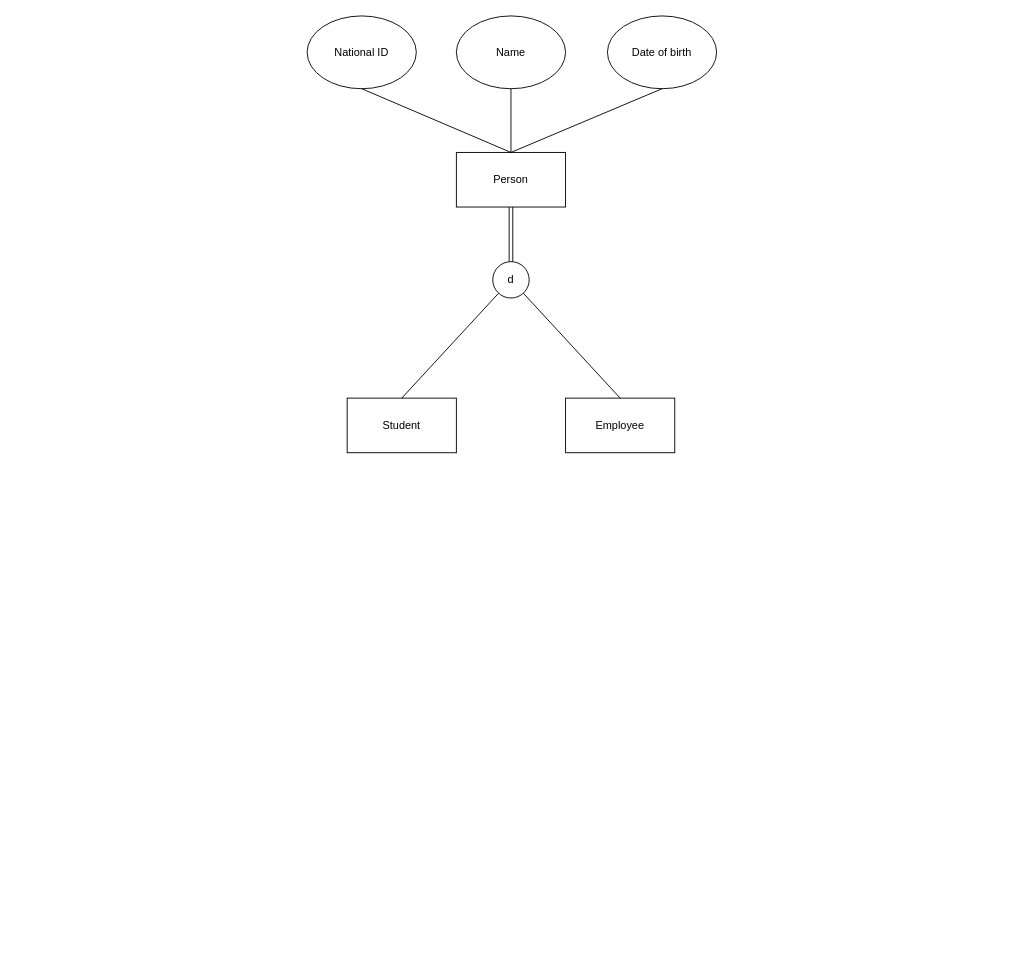
This is Lab 3.2.drawio from ilya-siluyanov/DrawIO, a draw.io file, before an edit. Source tidied: cells renumbered, new cells numbered last; positions are measured from the earlier drawing's top-left corner, leaving out a move shared by most shapes. Both pictures are drawn from the tidied source at 91%, with x=0, y=0 at pixel (307, 15).
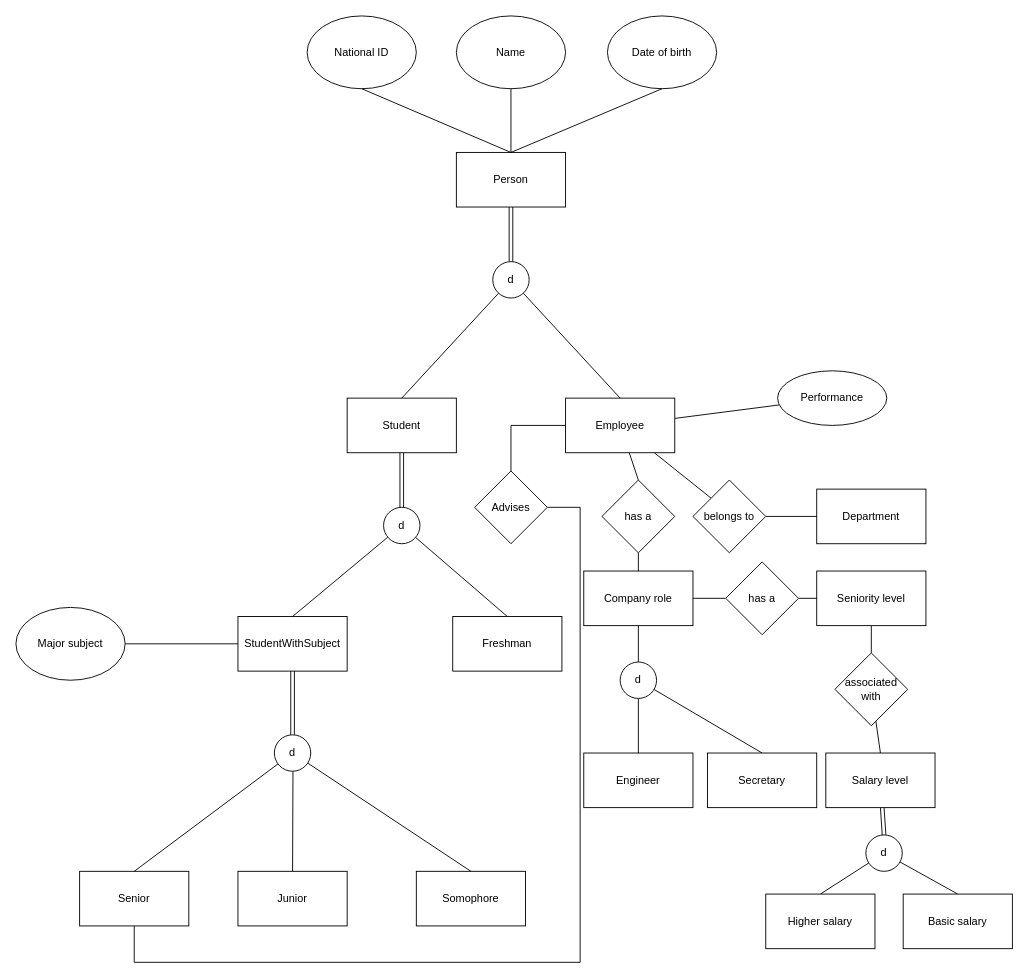
The same diagram, later.

Unchanged cells that the change refers to:
```xml
<mxCell id="4" value="Student" style="rounded=0;whiteSpace=wrap;html=1;" parent="1" vertex="1">
  <mxGeometry x="44" y="420" width="120" height="60" as="geometry" />
</mxCell>
<mxCell id="5" value="Employee" style="rounded=0;whiteSpace=wrap;html=1;" parent="1" vertex="1">
  <mxGeometry x="284" y="420" width="120" height="60" as="geometry" />
</mxCell>
```

The edit, as a diff of the source:
```diff
@@
+    <mxCell id="16" style="edgeStyle=none;rounded=0;jettySize=auto;html=1;entryX=0.5;entryY=0;entryDx=0;entryDy=0;endArrow=none;endFill=0;shape=link;" parent="1" edge="1" source="4" target="25">
+      <mxGeometry relative="1" as="geometry" />
+    </mxCell>
@@
+    <mxCell id="17" style="rounded=0;jettySize=auto;html=1;entryX=0.5;entryY=0;entryDx=0;entryDy=0;endArrow=none;endFill=0;" parent="1" edge="1" source="5" target="40">
+      <mxGeometry relative="1" as="geometry" />
+    </mxCell>
+    <mxCell id="18" style="edgeStyle=none;rounded=0;jettySize=auto;html=1;entryX=0;entryY=0;entryDx=0;entryDy=0;endArrow=none;endFill=0;" parent="1" edge="1" source="5" target="45">
+      <mxGeometry relative="1" as="geometry" />
+    </mxCell>
+    <mxCell id="19" style="edgeStyle=none;rounded=0;jettySize=auto;html=1;endArrow=none;endFill=0;" parent="1" edge="1" source="5" target="46">
+      <mxGeometry relative="1" as="geometry" />
+    </mxCell>
+    <mxCell id="20" style="rounded=0;jettySize=auto;html=1;endArrow=none;endFill=0;exitX=0.5;exitY=1;exitDx=0;exitDy=0;" parent="1" edge="1" source="61" target="53">
+      <mxGeometry relative="1" as="geometry" />
+    </mxCell>
@@
+    <mxCell id="21" style="edgeStyle=none;rounded=0;jettySize=auto;html=1;entryX=1;entryY=0.5;entryDx=0;entryDy=0;endArrow=none;endFill=0;" parent="1" edge="1" source="22" target="36">
+      <mxGeometry relative="1" as="geometry" />
+    </mxCell>
+    <mxCell id="22" value="StudentWithSubject" style="rounded=0;whiteSpace=wrap;html=1;" parent="1" vertex="1">
+      <mxGeometry x="-76" y="660" width="120" height="60" as="geometry" />
+    </mxCell>
+    <mxCell id="23" style="edgeStyle=none;rounded=0;jettySize=auto;html=1;entryX=0.5;entryY=0;entryDx=0;entryDy=0;endArrow=none;endFill=0;" parent="1" edge="1" source="25" target="26">
+      <mxGeometry relative="1" as="geometry" />
+    </mxCell>
+    <mxCell id="24" style="edgeStyle=none;rounded=0;jettySize=auto;html=1;entryX=0.5;entryY=0;entryDx=0;entryDy=0;endArrow=none;endFill=0;" parent="1" edge="1" source="25" target="22">
+      <mxGeometry relative="1" as="geometry" />
+    </mxCell>
+    <mxCell id="25" value="d" style="ellipse;whiteSpace=wrap;html=1;" parent="1" vertex="1">
+      <mxGeometry x="84" y="540" width="40" height="40" as="geometry" />
+    </mxCell>
+    <mxCell id="26" value="Freshman" style="rounded=0;whiteSpace=wrap;html=1;" parent="1" vertex="1">
+      <mxGeometry x="160" y="660" width="120" height="60" as="geometry" />
+    </mxCell>
+    <mxCell id="27" style="edgeStyle=orthogonalEdgeStyle;rounded=0;jettySize=auto;html=1;endArrow=none;endFill=0;" parent="1" edge="1" source="28" target="38">
+      <mxGeometry relative="1" as="geometry">
+        <Array as="points">
+          <mxPoint x="-190" y="1040" />
+          <mxPoint x="300" y="1040" />
+          <mxPoint x="300" y="540" />
+        </Array>
+      </mxGeometry>
+    </mxCell>
+    <mxCell id="28" value="Senior" style="rounded=0;whiteSpace=wrap;html=1;" parent="1" vertex="1">
+      <mxGeometry x="-250" y="940" width="120" height="60" as="geometry" />
+    </mxCell>
+    <mxCell id="29" value="Junior" style="rounded=0;whiteSpace=wrap;html=1;" parent="1" vertex="1">
+      <mxGeometry x="-76" y="940" width="120" height="60" as="geometry" />
+    </mxCell>
+    <mxCell id="30" value="Somophore" style="rounded=0;whiteSpace=wrap;html=1;" parent="1" vertex="1">
+      <mxGeometry x="120" y="940" width="120" height="60" as="geometry" />
+    </mxCell>
+    <mxCell id="31" style="edgeStyle=none;rounded=0;jettySize=auto;html=1;entryX=0.5;entryY=1;entryDx=0;entryDy=0;endArrow=none;endFill=0;shape=link;" parent="1" edge="1" source="35" target="22">
+      <mxGeometry relative="1" as="geometry" />
+    </mxCell>
+    <mxCell id="32" style="edgeStyle=none;rounded=0;jettySize=auto;html=1;entryX=0.5;entryY=0;entryDx=0;entryDy=0;endArrow=none;endFill=0;" parent="1" edge="1" source="35" target="28">
+      <mxGeometry relative="1" as="geometry" />
+    </mxCell>
+    <mxCell id="33" style="edgeStyle=none;rounded=0;jettySize=auto;html=1;entryX=0.5;entryY=0;entryDx=0;entryDy=0;endArrow=none;endFill=0;" parent="1" edge="1" source="35" target="29">
+      <mxGeometry relative="1" as="geometry" />
+    </mxCell>
+    <mxCell id="34" style="edgeStyle=none;rounded=0;jettySize=auto;html=1;entryX=0.5;entryY=0;entryDx=0;entryDy=0;endArrow=none;endFill=0;" parent="1" edge="1" source="35" target="30">
+      <mxGeometry relative="1" as="geometry" />
+    </mxCell>
+    <mxCell id="35" value="d" style="ellipse;whiteSpace=wrap;html=1;" parent="1" vertex="1">
+      <mxGeometry x="-36" y="790" width="40" height="40" as="geometry" />
+    </mxCell>
+    <mxCell id="36" value="Major subject" style="ellipse;whiteSpace=wrap;html=1;" parent="1" vertex="1">
+      <mxGeometry x="-320" y="650" width="120" height="80" as="geometry" />
+    </mxCell>
+    <mxCell id="37" style="edgeStyle=orthogonalEdgeStyle;rounded=0;jettySize=auto;html=1;entryX=0;entryY=0.5;entryDx=0;entryDy=0;endArrow=none;endFill=0;" parent="1" edge="1" source="38" target="5">
+      <mxGeometry relative="1" as="geometry">
+        <Array as="points">
+          <mxPoint x="224" y="450" />
+        </Array>
+      </mxGeometry>
+    </mxCell>
+    <mxCell id="38" value="Advises" style="rhombus;whiteSpace=wrap;html=1;" parent="1" vertex="1">
+      <mxGeometry x="184" y="500" width="80" height="80" as="geometry" />
+    </mxCell>
+    <mxCell id="39" style="edgeStyle=none;rounded=0;jettySize=auto;html=1;entryX=0.5;entryY=0;entryDx=0;entryDy=0;endArrow=none;endFill=0;" parent="1" edge="1" source="40" target="42">
+      <mxGeometry relative="1" as="geometry" />
+    </mxCell>
+    <mxCell id="40" value="has a" style="rhombus;whiteSpace=wrap;html=1;" parent="1" vertex="1">
+      <mxGeometry x="324" y="510" width="80" height="80" as="geometry" />
+    </mxCell>
+    <mxCell id="41" style="edgeStyle=none;rounded=0;jettySize=auto;html=1;entryX=0.5;entryY=0;entryDx=0;entryDy=0;endArrow=none;endFill=0;" parent="1" edge="1" source="42" target="49">
+      <mxGeometry relative="1" as="geometry" />
+    </mxCell>
+    <mxCell id="42" value="Company role" style="rounded=0;whiteSpace=wrap;html=1;" parent="1" vertex="1">
+      <mxGeometry x="304" y="610" width="120" height="60" as="geometry" />
+    </mxCell>
+    <mxCell id="43" value="Department" style="rounded=0;whiteSpace=wrap;html=1;" parent="1" vertex="1">
+      <mxGeometry x="560" y="520" width="120" height="60" as="geometry" />
+    </mxCell>
+    <mxCell id="44" style="edgeStyle=none;rounded=0;jettySize=auto;html=1;entryX=0;entryY=0.5;entryDx=0;entryDy=0;endArrow=none;endFill=0;" parent="1" edge="1" source="45" target="43">
+      <mxGeometry relative="1" as="geometry" />
+    </mxCell>
+    <mxCell id="45" value="belongs to" style="rhombus;whiteSpace=wrap;html=1;" parent="1" vertex="1">
+      <mxGeometry x="424" y="510" width="80" height="80" as="geometry" />
+    </mxCell>
+    <mxCell id="46" value="Performance" style="ellipse;whiteSpace=wrap;html=1;rounded=0;" parent="1" vertex="1">
+      <mxGeometry x="517" y="390" width="120" height="60" as="geometry" />
+    </mxCell>
+    <mxCell id="47" style="edgeStyle=none;rounded=0;jettySize=auto;html=1;endArrow=none;endFill=0;" parent="1" edge="1" source="49" target="50">
+      <mxGeometry relative="1" as="geometry" />
+    </mxCell>
+    <mxCell id="48" style="edgeStyle=none;rounded=0;jettySize=auto;html=1;entryX=0.5;entryY=0;entryDx=0;entryDy=0;endArrow=none;endFill=0;" parent="1" edge="1" source="49" target="51">
+      <mxGeometry relative="1" as="geometry" />
+    </mxCell>
+    <mxCell id="49" value="d" style="ellipse;whiteSpace=wrap;html=1;" parent="1" vertex="1">
+      <mxGeometry x="344" y="710" width="40" height="40" as="geometry" />
+    </mxCell>
+    <mxCell id="50" value="Engineer" style="whiteSpace=wrap;html=1;" parent="1" vertex="1">
+      <mxGeometry x="304" y="810" width="120" height="60" as="geometry" />
+    </mxCell>
+    <mxCell id="51" value="Secretary" style="whiteSpace=wrap;html=1;" parent="1" vertex="1">
+      <mxGeometry x="440" y="810" width="120" height="60" as="geometry" />
+    </mxCell>
+    <mxCell id="52" style="edgeStyle=none;rounded=0;jettySize=auto;html=1;entryX=0.5;entryY=0;entryDx=0;entryDy=0;endArrow=none;endFill=0;" parent="1" edge="1" source="53" target="55">
+      <mxGeometry relative="1" as="geometry" />
+    </mxCell>
+    <mxCell id="53" value="associated with" style="rhombus;whiteSpace=wrap;html=1;" parent="1" vertex="1">
+      <mxGeometry x="580" y="700" width="80" height="80" as="geometry" />
+    </mxCell>
+    <mxCell id="54" style="edgeStyle=none;rounded=0;jettySize=auto;html=1;entryX=0.5;entryY=0;entryDx=0;entryDy=0;endArrow=none;endFill=0;shape=link;" parent="1" edge="1" source="55" target="58">
+      <mxGeometry relative="1" as="geometry" />
+    </mxCell>
+    <mxCell id="55" value="Salary level" style="rounded=0;whiteSpace=wrap;html=1;" parent="1" vertex="1">
+      <mxGeometry x="570" y="810" width="120" height="60" as="geometry" />
+    </mxCell>
+    <mxCell id="56" style="edgeStyle=none;rounded=0;jettySize=auto;html=1;endArrow=none;endFill=0;entryX=0.5;entryY=0;entryDx=0;entryDy=0;" parent="1" edge="1" source="58" target="59">
+      <mxGeometry relative="1" as="geometry" />
+    </mxCell>
+    <mxCell id="57" style="edgeStyle=none;rounded=0;jettySize=auto;html=1;entryX=0.5;entryY=0;entryDx=0;entryDy=0;endArrow=none;endFill=0;" parent="1" edge="1" source="58" target="60">
+      <mxGeometry relative="1" as="geometry" />
+    </mxCell>
+    <mxCell id="58" value="d" style="ellipse;whiteSpace=wrap;html=1;" parent="1" vertex="1">
+      <mxGeometry x="614" y="900" width="40" height="40" as="geometry" />
+    </mxCell>
+    <mxCell id="59" value="Basic salary" style="whiteSpace=wrap;html=1;" parent="1" vertex="1">
+      <mxGeometry x="655" y="965" width="120" height="60" as="geometry" />
+    </mxCell>
+    <mxCell id="60" value="Higher salary" style="whiteSpace=wrap;html=1;" parent="1" vertex="1">
+      <mxGeometry x="504" y="965" width="120" height="60" as="geometry" />
+    </mxCell>
+    <mxCell id="61" value="Seniority level" style="rounded=0;whiteSpace=wrap;html=1;" parent="1" vertex="1">
+      <mxGeometry x="560" y="610" width="120" height="60" as="geometry" />
+    </mxCell>
+    <mxCell id="62" style="edgeStyle=none;rounded=0;orthogonalLoop=1;jettySize=auto;html=1;entryX=1;entryY=0.5;entryDx=0;entryDy=0;endArrow=none;endFill=0;" parent="1" edge="1" source="42" target="42">
+      <mxGeometry relative="1" as="geometry" />
+    </mxCell>
+    <mxCell id="63" style="edgeStyle=none;rounded=0;jettySize=auto;html=1;entryX=1;entryY=0.5;entryDx=0;entryDy=0;endArrow=none;endFill=0;" parent="1" edge="1" source="65" target="42">
+      <mxGeometry relative="1" as="geometry" />
+    </mxCell>
+    <mxCell id="64" style="edgeStyle=none;rounded=0;jettySize=auto;html=1;entryX=0;entryY=0.5;entryDx=0;entryDy=0;endArrow=none;endFill=0;" parent="1" edge="1" source="65" target="61">
+      <mxGeometry relative="1" as="geometry" />
+    </mxCell>
+    <mxCell id="65" value="has a" style="rhombus;whiteSpace=wrap;html=1;" parent="1" vertex="1">
+      <mxGeometry x="460" y="600" width="80" height="80" as="geometry" />
+    </mxCell>
```
